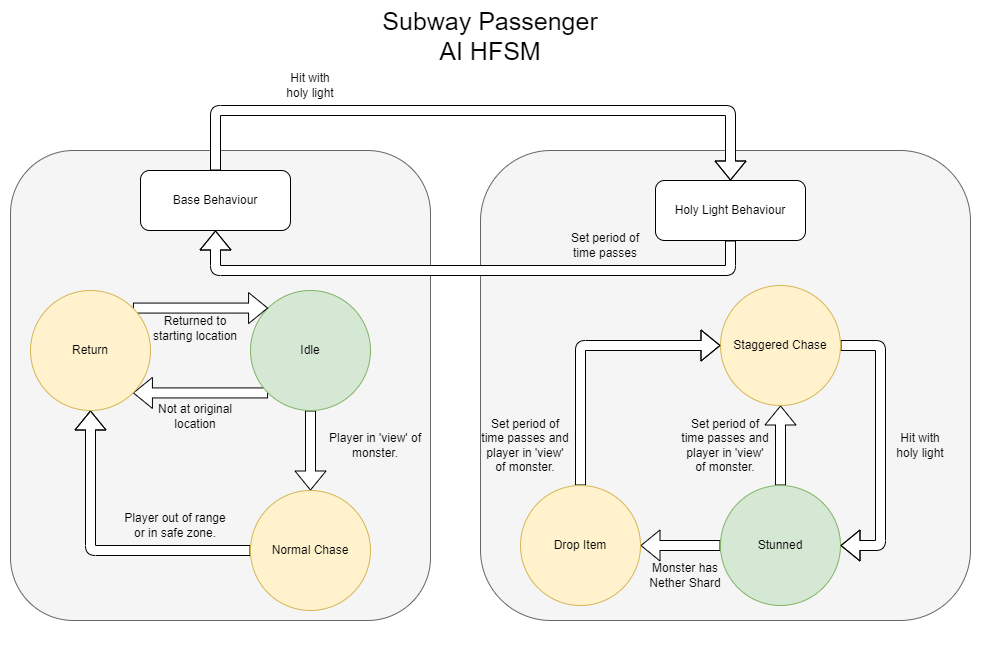
This is TechnicalDocumentation/PassengerAIFSM.png from zkturman/HalloweenJam, a draw.io export, as it was before one commit. Source tidied: cells renumbered, new cells last; positions are measured from the earlier drawing's top-left corner, leaving out a move shared by most shapes.
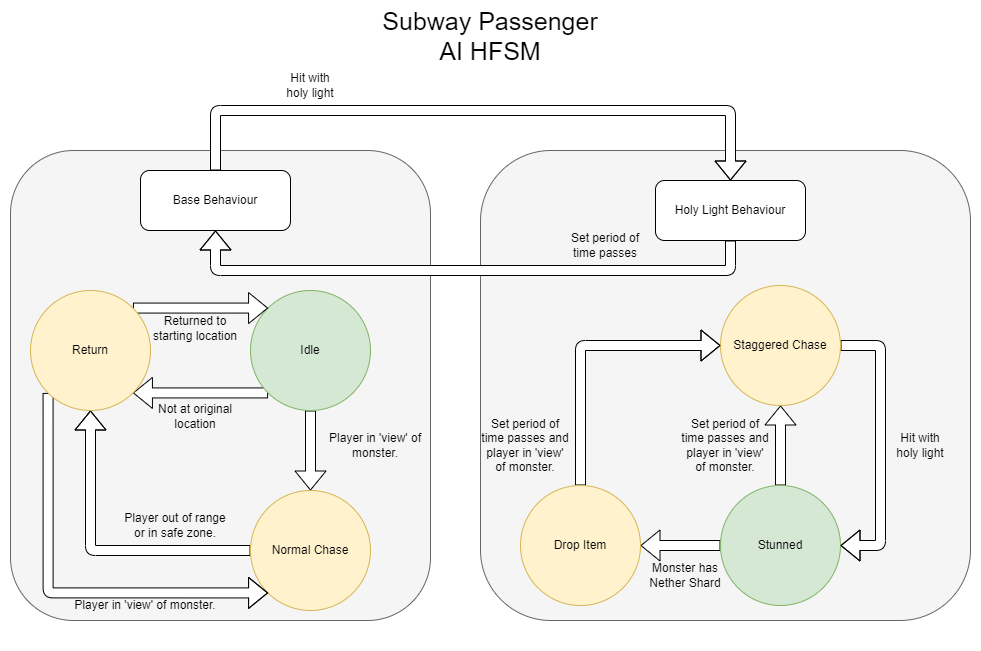
Above is the later version.

What changed in the source:
```diff
@@ -49,6 +49,13 @@
     <mxCell id="15" style="edgeStyle=orthogonalEdgeStyle;shape=flexArrow;rounded=1;jettySize=auto;html=1;exitX=1;exitY=0;exitDx=0;exitDy=0;entryX=0;entryY=0;entryDx=0;entryDy=0;fontSize=25;fillColor=default;" parent="1" edge="1" source="16" target="7">
       <mxGeometry relative="1" as="geometry" />
     </mxCell>
+    <mxCell id="34" style="edgeStyle=orthogonalEdgeStyle;shape=flexArrow;rounded=1;jettySize=auto;html=1;exitX=0;exitY=1;exitDx=0;exitDy=0;entryX=0;entryY=1;entryDx=0;entryDy=0;fontSize=25;fillColor=default;" parent="1" edge="1" source="16" target="9">
+      <mxGeometry relative="1" as="geometry">
+        <Array as="points">
+          <mxPoint x="48" y="592" />
+        </Array>
+      </mxGeometry>
+    </mxCell>
     <mxCell id="16" value="Return" style="ellipse;whiteSpace=wrap;html=1;shadow=0;fillColor=#fff2cc;strokeColor=#d6b656;" parent="1" vertex="1">
       <mxGeometry x="30" y="290" width="120" height="120" as="geometry" />
     </mxCell>
@@ -113,5 +120,8 @@
     <mxCell id="33" value="Not at original location" style="text;html=1;strokeColor=none;fillColor=none;align=center;verticalAlign=middle;whiteSpace=wrap;rounded=0;shadow=0;" parent="1" vertex="1">
       <mxGeometry x="150" y="401" width="90" height="30" as="geometry" />
     </mxCell>
+    <mxCell id="35" value="Player in 'view' of monster." style="text;html=1;strokeColor=none;fillColor=none;align=center;verticalAlign=middle;whiteSpace=wrap;rounded=0;shadow=0;" parent="1" vertex="1">
+      <mxGeometry x="70" y="590" width="150" height="30" as="geometry" />
+    </mxCell>
   </root>
 </mxGraphModel>
```
